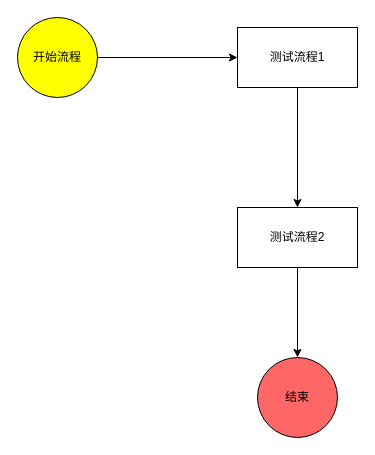
Earlier version of the draw.io diagram zdpt/示例.drawio (zhuangmw/visio). Source tidied: cells renumbered, new cells numbered last; positions are measured from the earlier drawing's top-left corner, leaving out a move shared by most shapes. Both pictures are drawn from the tidied source at 100%, with x=0, y=0 at pixel (17, 17).
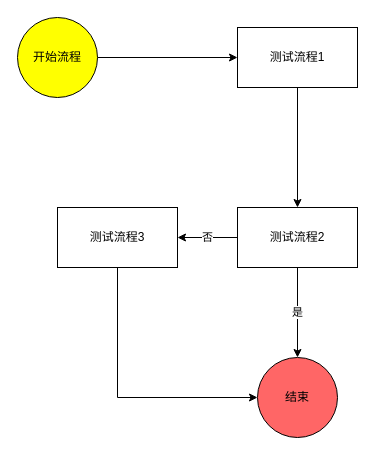
The same page after the edit.

The edit, as a diff of the source:
```diff
@@
 <mxGraphModel>
   <root>
     <mxCell id="0" />
     <mxCell id="1" parent="0" />
     <mxCell id="2" style="edgeStyle=orthogonalEdgeStyle;rounded=0;jettySize=auto;html=1;exitX=0.5;exitY=1;exitDx=0;exitDy=0;entryX=0.5;entryY=0;entryDx=0;entryDy=0;" parent="1" edge="1" source="3" target="5">
       <mxGeometry relative="1" as="geometry" />
     </mxCell>
     <mxCell id="3" value="测试流程1" style="rounded=0;whiteSpace=wrap;html=1;" parent="1" vertex="1">
       <mxGeometry x="220" y="10" width="120" height="60" as="geometry" />
     </mxCell>
-    <mxCell id="4" style="edgeStyle=orthogonalEdgeStyle;rounded=0;jettySize=auto;html=1;exitX=0.5;exitY=1;exitDx=0;exitDy=0;entryX=0.5;entryY=0;entryDx=0;entryDy=0;" parent="1" edge="1" source="5" target="8">
+    <mxCell id="4" value="是" style="edgeStyle=orthogonalEdgeStyle;rounded=0;jettySize=auto;html=1;exitX=0.5;exitY=1;exitDx=0;exitDy=0;entryX=0.5;entryY=0;entryDx=0;entryDy=0;" parent="1" edge="1" source="5" target="8">
       <mxGeometry relative="1" as="geometry" />
     </mxCell>
+    <mxCell id="9" value="否" style="edgeStyle=orthogonalEdgeStyle;rounded=0;jettySize=auto;html=1;exitX=0;exitY=0.5;exitDx=0;exitDy=0;entryX=1;entryY=0.5;entryDx=0;entryDy=0;" parent="1" edge="1" source="5" target="11">
+      <mxGeometry relative="1" as="geometry" />
+    </mxCell>
     <mxCell id="5" value="测试流程2" style="rounded=0;whiteSpace=wrap;html=1;" parent="1" vertex="1">
       <mxGeometry x="220" y="190" width="120" height="60" as="geometry" />
     </mxCell>
     <mxCell id="6" style="edgeStyle=orthogonalEdgeStyle;rounded=0;jettySize=auto;html=1;exitX=1;exitY=0.5;exitDx=0;exitDy=0;" parent="1" edge="1" source="7" target="3">
       <mxGeometry relative="1" as="geometry" />
     </mxCell>
     <mxCell id="7" value="开始流程" style="ellipse;whiteSpace=wrap;html=1;fillColor=#FFFF00;" parent="1" vertex="1">
       <mxGeometry width="80" height="80" as="geometry" />
     </mxCell>
     <mxCell id="8" value="结束" style="ellipse;whiteSpace=wrap;html=1;fillColor=#FF6666;" parent="1" vertex="1">
       <mxGeometry x="240" y="340" width="80" height="80" as="geometry" />
     </mxCell>
+    <mxCell id="10" style="edgeStyle=orthogonalEdgeStyle;rounded=0;jettySize=auto;html=1;exitX=0.5;exitY=1;exitDx=0;exitDy=0;entryX=0;entryY=0.5;entryDx=0;entryDy=0;" parent="1" edge="1" source="11" target="8">
+      <mxGeometry relative="1" as="geometry" />
+    </mxCell>
+    <mxCell id="11" value="测试流程3" style="rounded=0;whiteSpace=wrap;html=1;" parent="1" vertex="1">
+      <mxGeometry x="40" y="190" width="120" height="60" as="geometry" />
+    </mxCell>
   </root>
 </mxGraphModel>
```
